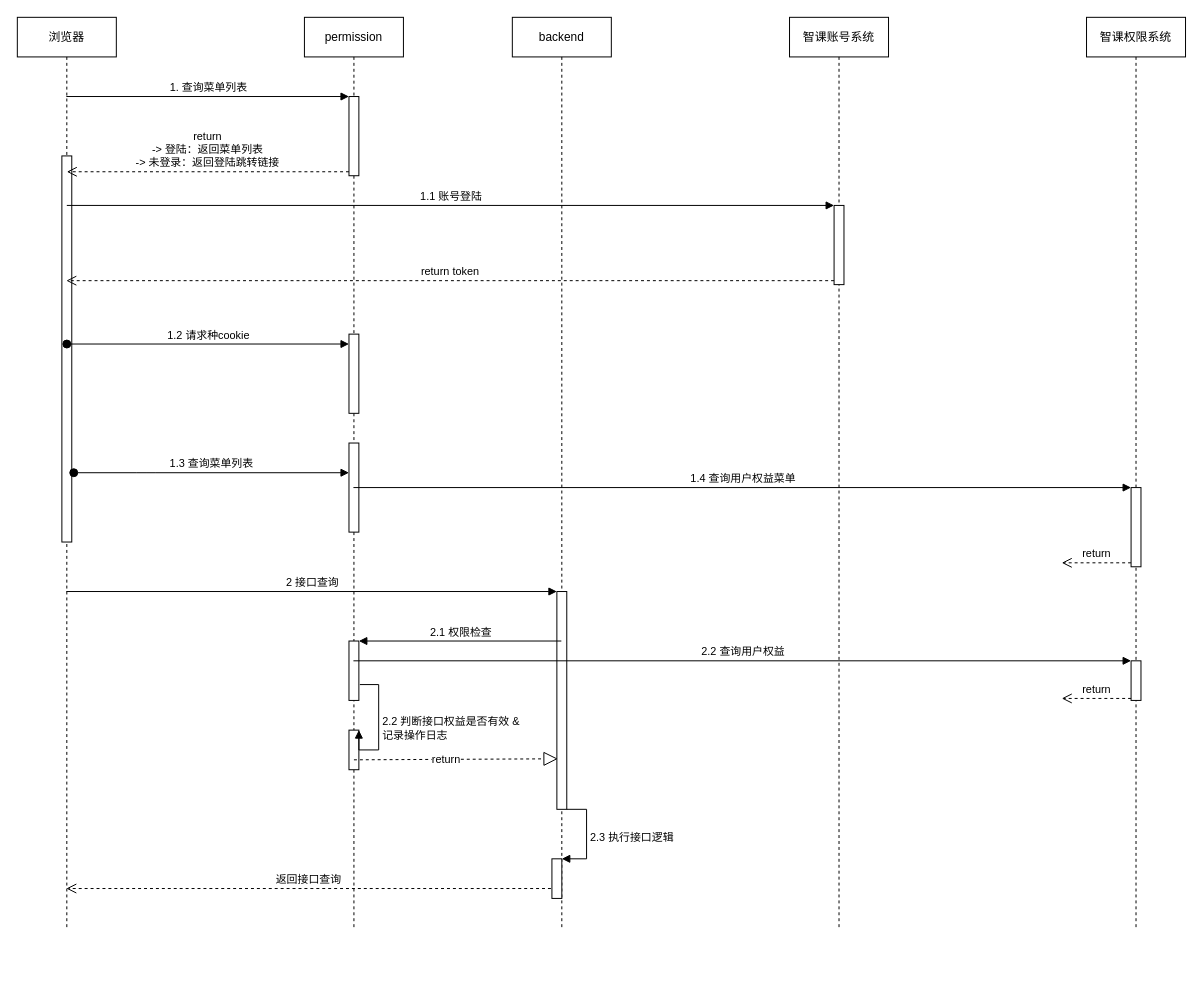
The draw.io diagram 330-权益流程图.drawio in wgyuuu/flow_chart, before the edit. Source tidied: cells renumbered, new cells numbered last; positions are measured from the earlier drawing's top-left corner, leaving out a move shared by most shapes. Both pictures are drawn from the tidied source at 99%, with x=0, y=0 at pixel (17, 17).
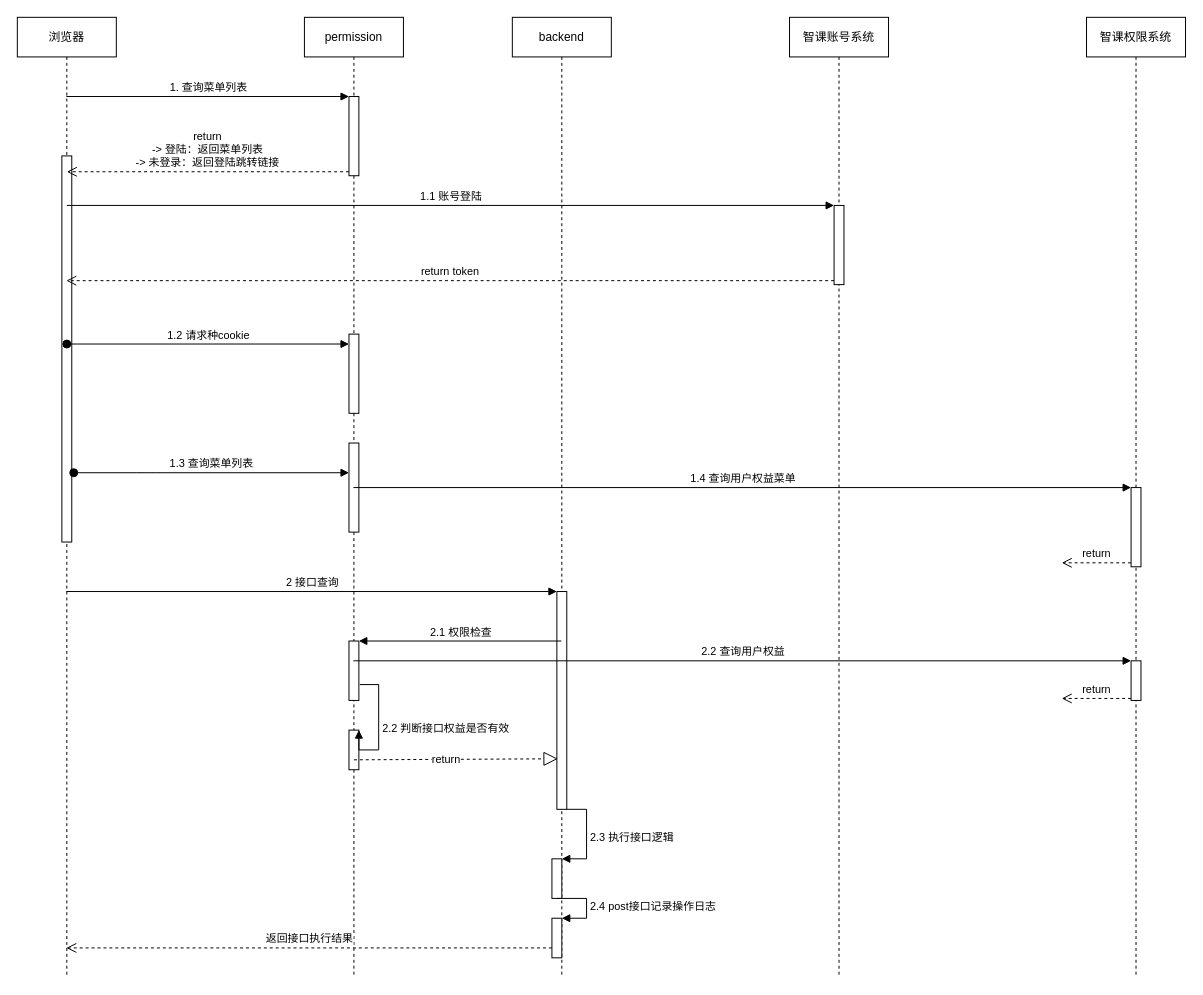
The same diagram, later.

Commit message (it also covers changes not shown here):
Update 330-权益流程图.drawio

Unchanged cells that the change refers to:
```xml
<mxCell id="8" style="html=1;points=[];perimeter=orthogonalPerimeter;" parent="4" vertex="1">
  <mxGeometry x="45" y="630" width="10" height="60" as="geometry" />
</mxCell>
<mxCell id="9" style="html=1;points=[];perimeter=orthogonalPerimeter;" parent="4" vertex="1">
  <mxGeometry x="45" y="720" width="10" height="40" as="geometry" />
</mxCell>
<mxCell id="28" style="html=1;points=[];perimeter=orthogonalPerimeter;" parent="26" vertex="1">
  <mxGeometry x="40" y="850" width="10" height="40" as="geometry" />
</mxCell>
```

The edit, as a diff of the source:
```diff
@@
     <mxCell id="2" value="浏览器" style="shape=umlLifeline;perimeter=lifelinePerimeter;whiteSpace=wrap;html=1;outlineConnect=0;" parent="1" vertex="1">
-      <mxGeometry width="100" height="920" as="geometry" />
+      <mxGeometry width="100" height="970" as="geometry" />
     </mxCell>
@@
     <mxCell id="4" value="permission" style="shape=umlLifeline;perimeter=lifelinePerimeter;whiteSpace=wrap;html=1;outlineConnect=0;" parent="1" vertex="1">
-      <mxGeometry x="290" width="100" height="920" as="geometry" />
+      <mxGeometry x="290" width="100" height="970" as="geometry" />
     </mxCell>
@@
-    <mxCell id="10" value="2.2 判断接口权益是否有效 &amp;amp;&lt;br&gt;记录操作日志" style="edgeStyle=orthogonalEdgeStyle;html=1;align=left;spacingLeft=2;endArrow=block;rounded=0;entryX=1;entryY=0;exitX=1.1;exitY=0.733;exitDx=0;exitDy=0;exitPerimeter=0;" parent="4" edge="1" source="8" target="9">
+    <mxCell id="10" value="2.2 判断接口权益是否有效" style="edgeStyle=orthogonalEdgeStyle;html=1;align=left;spacingLeft=2;endArrow=block;rounded=0;entryX=1;entryY=0;exitX=1.1;exitY=0.733;exitDx=0;exitDy=0;exitPerimeter=0;" parent="4" edge="1" source="8" target="9">
       <mxGeometry relative="1" as="geometry">
         <Array as="points">
           <mxPoint x="75" y="674" />
           <mxPoint x="75" y="740" />
         </Array>
       </mxGeometry>
     </mxCell>
@@
     <mxCell id="13" value="智课账号系统" style="shape=umlLifeline;perimeter=lifelinePerimeter;whiteSpace=wrap;html=1;" parent="1" vertex="1">
-      <mxGeometry x="780" width="100" height="920" as="geometry" />
+      <mxGeometry x="780" width="100" height="970" as="geometry" />
     </mxCell>
@@
     <mxCell id="16" value="智课权限系统" style="shape=umlLifeline;perimeter=lifelinePerimeter;whiteSpace=wrap;html=1;" parent="1" vertex="1">
-      <mxGeometry x="1080" width="100" height="920" as="geometry" />
+      <mxGeometry x="1080" width="100" height="970" as="geometry" />
     </mxCell>
@@
     <mxCell id="26" value="backend" style="shape=umlLifeline;perimeter=lifelinePerimeter;whiteSpace=wrap;html=1;outlineConnect=0;" parent="1" vertex="1">
-      <mxGeometry x="500" width="100" height="920" as="geometry" />
+      <mxGeometry x="500" width="100" height="970" as="geometry" />
     </mxCell>
@@
+    <mxCell id="35" style="html=1;points=[];perimeter=orthogonalPerimeter;" parent="26" vertex="1">
+      <mxGeometry x="40" y="910" width="10" height="40" as="geometry" />
+    </mxCell>
+    <mxCell id="36" value="2.4 post接口记录操作日志" style="edgeStyle=orthogonalEdgeStyle;html=1;align=left;spacingLeft=2;endArrow=block;rounded=0;entryX=1;entryY=0;" parent="26" edge="1" target="35">
+      <mxGeometry relative="1" as="geometry">
+        <mxPoint x="45" y="890" as="sourcePoint" />
+        <Array as="points">
+          <mxPoint x="75" y="890" />
+        </Array>
+      </mxGeometry>
+    </mxCell>
@@
-    <mxCell id="34" value="返回接口查询" style="html=1;verticalAlign=bottom;endArrow=open;dashed=1;endSize=8;exitX=-0.1;exitY=0.75;exitDx=0;exitDy=0;exitPerimeter=0;" parent="1" edge="1" source="28" target="2">
-      <mxGeometry relative="1" as="geometry" />
-    </mxCell>
+    <mxCell id="37" value="返回接口执行结果" style="html=1;verticalAlign=bottom;endArrow=open;dashed=1;endSize=8;" parent="1" edge="1" target="2">
+      <mxGeometry relative="1" as="geometry">
+        <mxPoint x="540" y="940" as="sourcePoint" />
+      </mxGeometry>
+    </mxCell>
```
